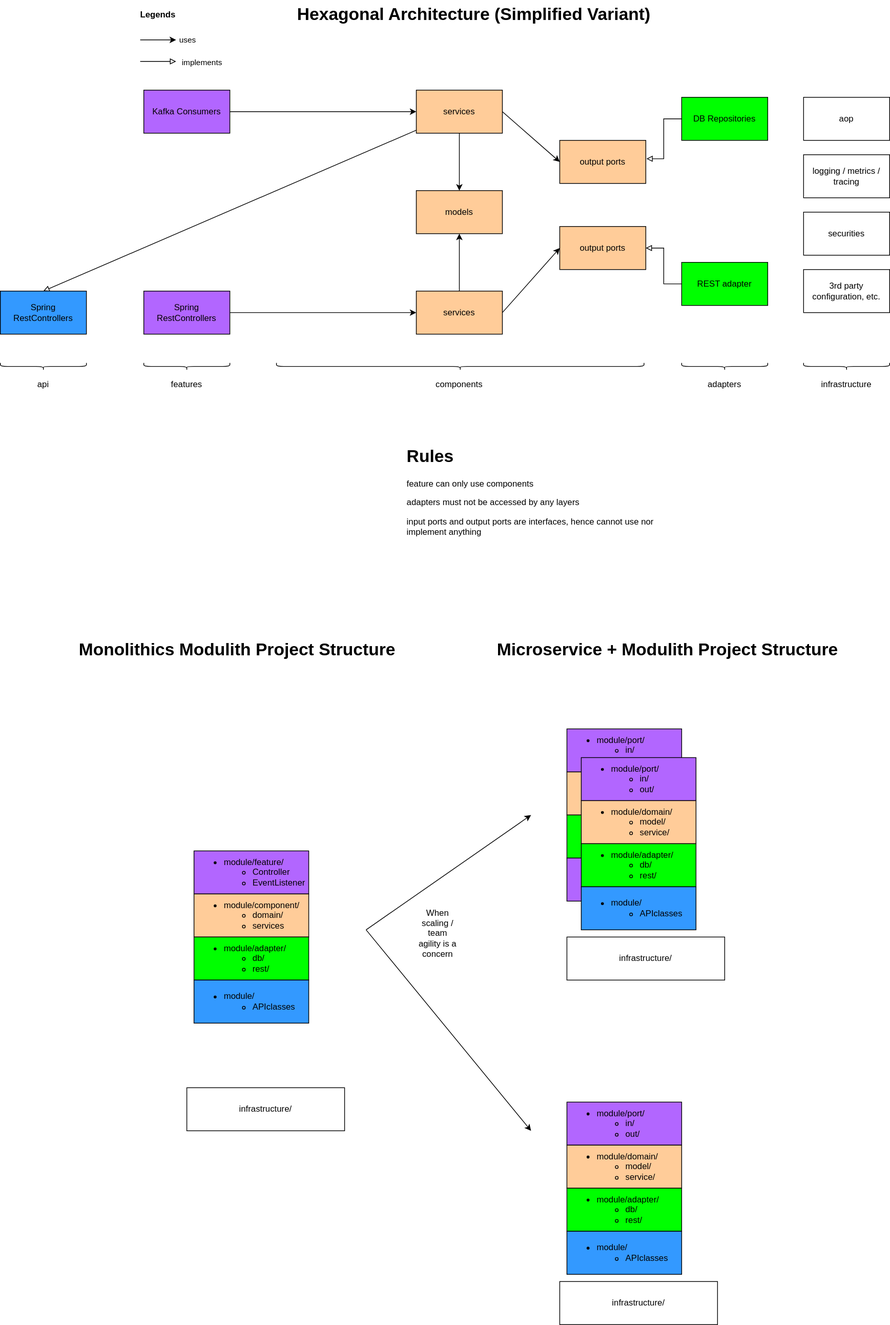
The draw.io diagram static/hexagonal-architecture-features-and-components-variants.drawio.svg in NosearY/order-management-service-reference-implementation, before a commit. Source tidied: cells renumbered, new cells last; positions are measured from the earlier drawing's top-left corner, leaving out a move shared by most shapes.
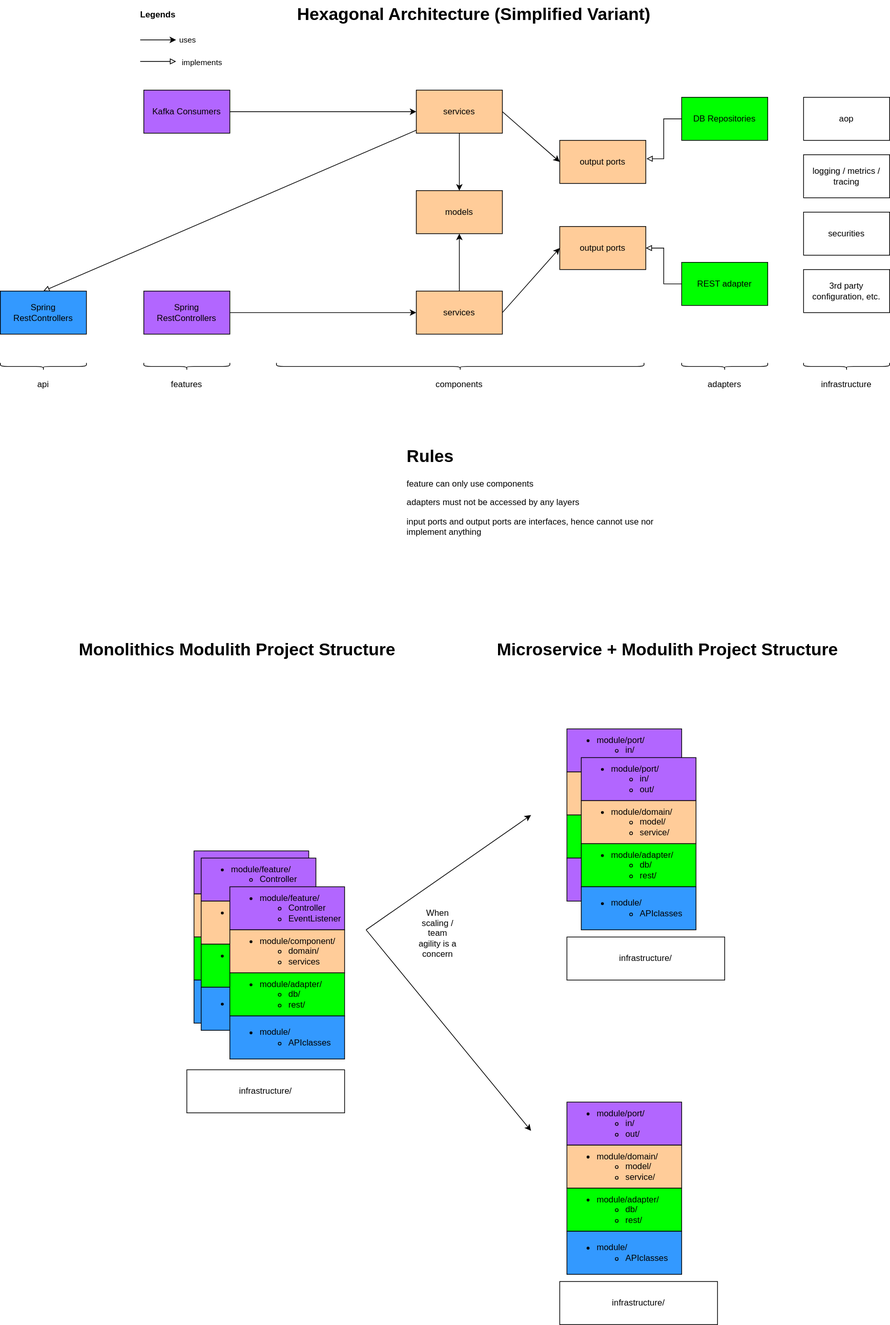
Above is the later version.

The edit, as a diff of the source:
```diff
@@ -145,7 +145,7 @@
       <mxGeometry x="270" y="1305" width="160" height="60" as="geometry" />
     </mxCell>
     <mxCell id="46" value="infrastructure/" style="rounded=0;whiteSpace=wrap;html=1;" parent="1" vertex="1">
-      <mxGeometry x="260" y="1515" width="220" height="60" as="geometry" />
+      <mxGeometry x="260" y="1490" width="220" height="60" as="geometry" />
     </mxCell>
     <mxCell id="47" value="&lt;h1 style=&quot;margin-top: 0px;&quot;&gt;Rules&lt;/h1&gt;&lt;p&gt;feature can only use components&lt;/p&gt;&lt;p&gt;&lt;span style=&quot;background-color: initial;&quot;&gt;adapters must not be accessed by any layers&lt;/span&gt;&lt;/p&gt;&lt;p&gt;&lt;span style=&quot;background-color: initial;&quot;&gt;input ports and output ports are interfaces, hence cannot use nor implement anything&lt;/span&gt;&lt;br&gt;&lt;/p&gt;&lt;p&gt;&lt;br&gt;&lt;/p&gt;" style="text;html=1;whiteSpace=wrap;overflow=hidden;rounded=0;" parent="1" vertex="1">
       <mxGeometry x="565" y="615" width="370" height="160" as="geometry" />
@@ -225,5 +225,29 @@
     <mxCell id="70" value="When scaling / team agility is a concern" style="text;html=1;align=center;verticalAlign=middle;whiteSpace=wrap;rounded=0;" parent="1" vertex="1">
       <mxGeometry x="580" y="1285" width="60" height="30" as="geometry" />
     </mxCell>
+    <mxCell id="71" value="&lt;ul&gt;&lt;li&gt;module/feature/&lt;/li&gt;&lt;ul&gt;&lt;li&gt;Controller&lt;/li&gt;&lt;li&gt;EventListener&lt;/li&gt;&lt;/ul&gt;&lt;/ul&gt;" style="rounded=0;whiteSpace=wrap;html=1;fillColor=#B266FF;align=left;" parent="1" vertex="1">
+      <mxGeometry x="280" y="1195" width="160" height="60" as="geometry" />
+    </mxCell>
+    <mxCell id="72" value="&lt;ul&gt;&lt;li&gt;module/component/&lt;/li&gt;&lt;ul&gt;&lt;li&gt;domain/&lt;/li&gt;&lt;li&gt;services&lt;/li&gt;&lt;/ul&gt;&lt;/ul&gt;" style="rounded=0;whiteSpace=wrap;html=1;fillColor=#FFCC99;align=left;" parent="1" vertex="1">
+      <mxGeometry x="280" y="1255" width="160" height="60" as="geometry" />
+    </mxCell>
+    <mxCell id="73" value="&lt;ul&gt;&lt;li&gt;module/adapter/&lt;/li&gt;&lt;ul&gt;&lt;li&gt;db/&lt;/li&gt;&lt;li&gt;rest/&lt;/li&gt;&lt;/ul&gt;&lt;/ul&gt;" style="rounded=0;whiteSpace=wrap;html=1;fillColor=#00FF00;align=left;" parent="1" vertex="1">
+      <mxGeometry x="280" y="1315" width="160" height="60" as="geometry" />
+    </mxCell>
+    <mxCell id="74" value="&lt;ul&gt;&lt;li&gt;module/&lt;/li&gt;&lt;ul&gt;&lt;li&gt;APIclasses&lt;/li&gt;&lt;/ul&gt;&lt;/ul&gt;" style="rounded=0;whiteSpace=wrap;html=1;fillColor=#3399FF;align=left;" parent="1" vertex="1">
+      <mxGeometry x="280" y="1375" width="160" height="60" as="geometry" />
+    </mxCell>
+    <mxCell id="75" value="&lt;ul&gt;&lt;li&gt;module/feature/&lt;/li&gt;&lt;ul&gt;&lt;li&gt;Controller&lt;/li&gt;&lt;li&gt;EventListener&lt;/li&gt;&lt;/ul&gt;&lt;/ul&gt;" style="rounded=0;whiteSpace=wrap;html=1;fillColor=#B266FF;align=left;" parent="1" vertex="1">
+      <mxGeometry x="320" y="1235" width="160" height="60" as="geometry" />
+    </mxCell>
+    <mxCell id="76" value="&lt;ul&gt;&lt;li&gt;module/component/&lt;/li&gt;&lt;ul&gt;&lt;li&gt;domain/&lt;/li&gt;&lt;li&gt;services&lt;/li&gt;&lt;/ul&gt;&lt;/ul&gt;" style="rounded=0;whiteSpace=wrap;html=1;fillColor=#FFCC99;align=left;" parent="1" vertex="1">
+      <mxGeometry x="320" y="1295" width="160" height="60" as="geometry" />
+    </mxCell>
+    <mxCell id="77" value="&lt;ul&gt;&lt;li&gt;module/adapter/&lt;/li&gt;&lt;ul&gt;&lt;li&gt;db/&lt;/li&gt;&lt;li&gt;rest/&lt;/li&gt;&lt;/ul&gt;&lt;/ul&gt;" style="rounded=0;whiteSpace=wrap;html=1;fillColor=#00FF00;align=left;" parent="1" vertex="1">
+      <mxGeometry x="320" y="1355" width="160" height="60" as="geometry" />
+    </mxCell>
+    <mxCell id="78" value="&lt;ul&gt;&lt;li&gt;module/&lt;/li&gt;&lt;ul&gt;&lt;li&gt;APIclasses&lt;/li&gt;&lt;/ul&gt;&lt;/ul&gt;" style="rounded=0;whiteSpace=wrap;html=1;fillColor=#3399FF;align=left;" parent="1" vertex="1">
+      <mxGeometry x="320" y="1415" width="160" height="60" as="geometry" />
+    </mxCell>
   </root>
 </mxGraphModel>
```
